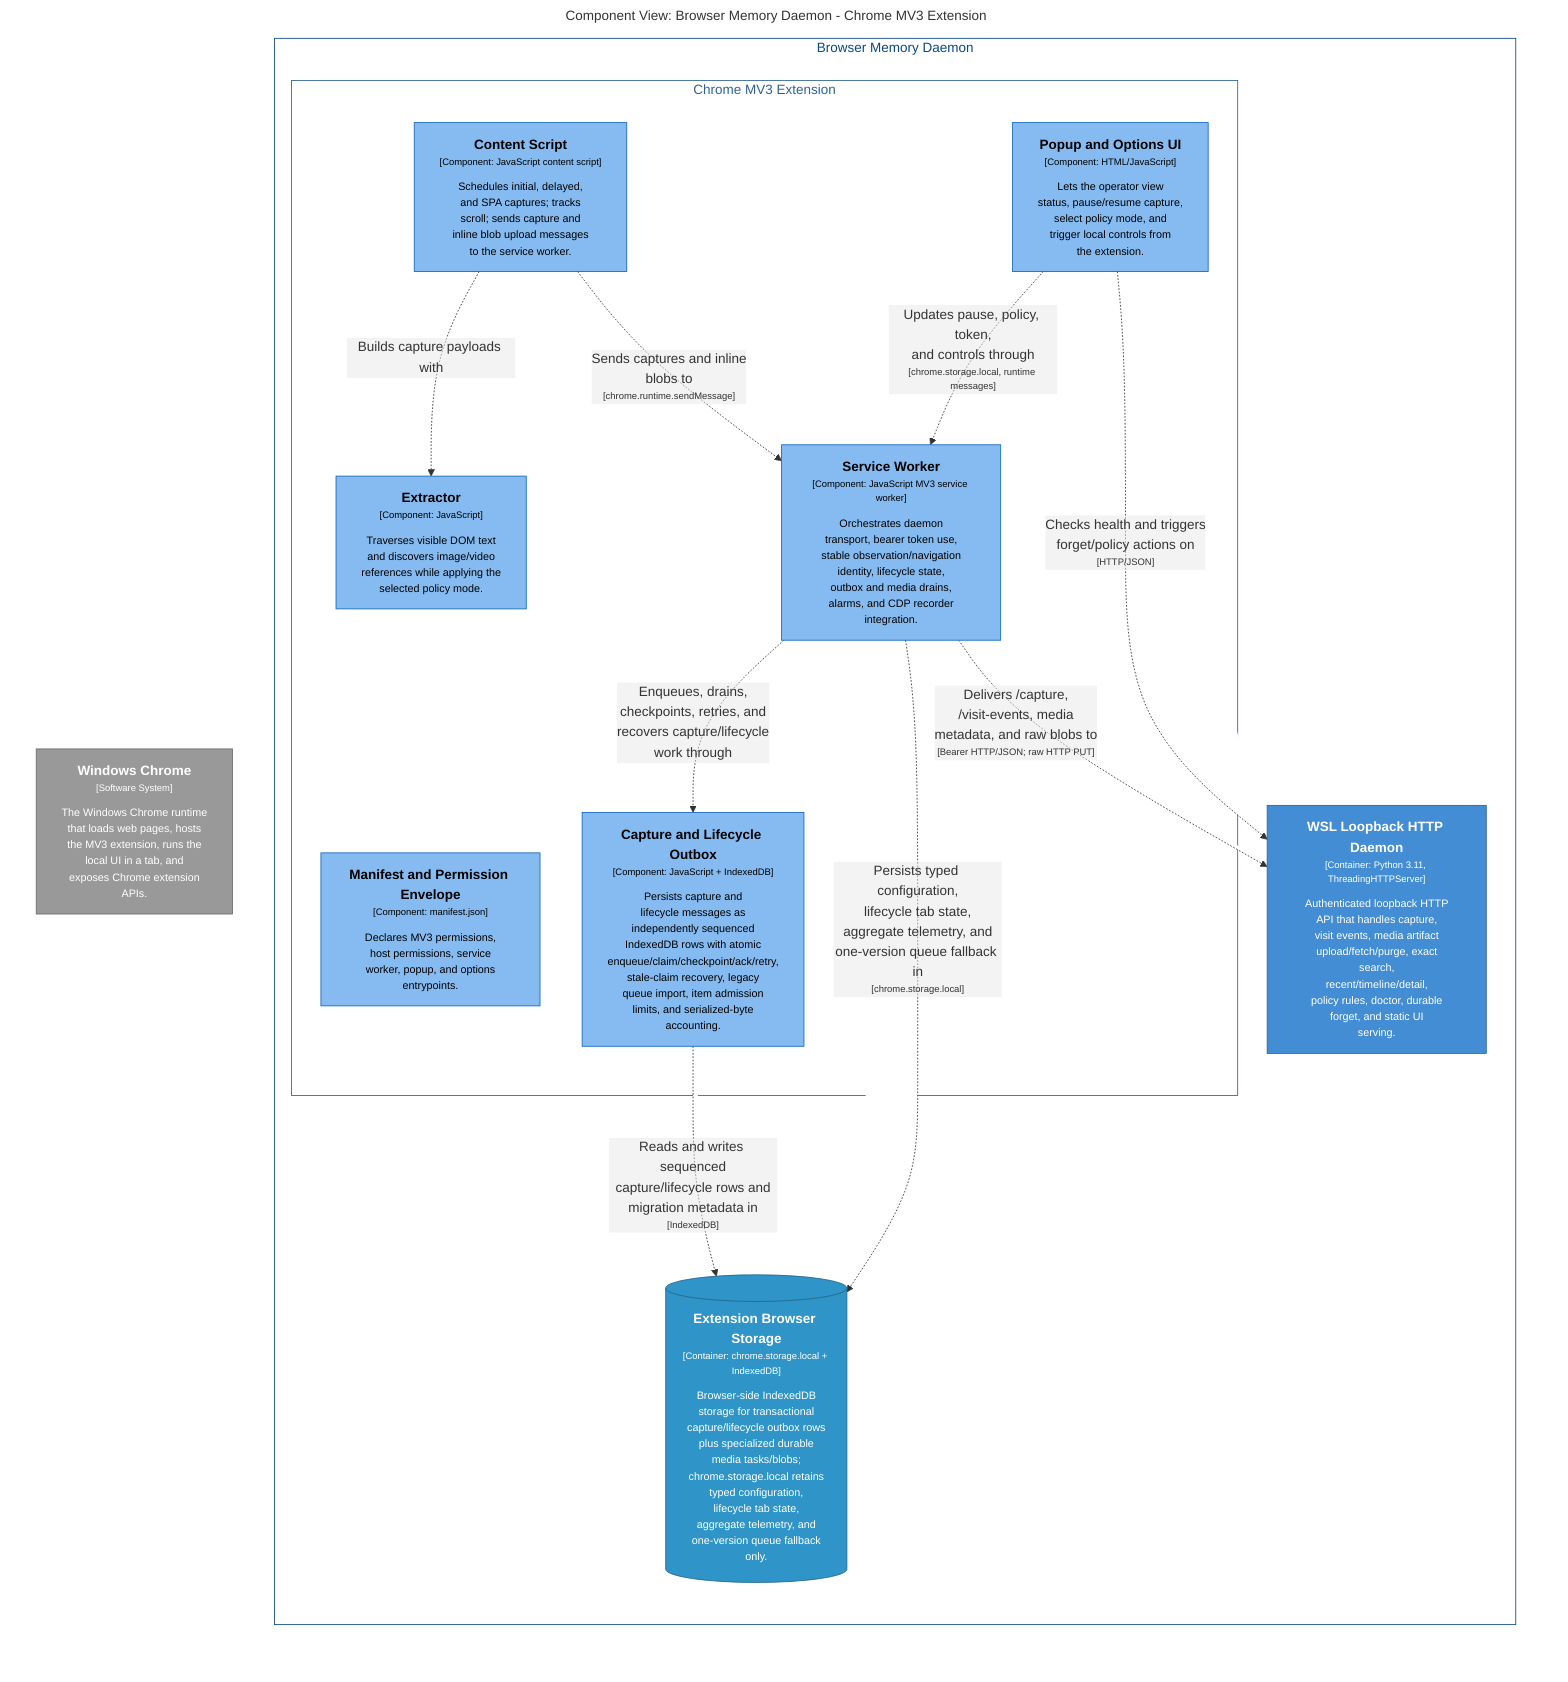
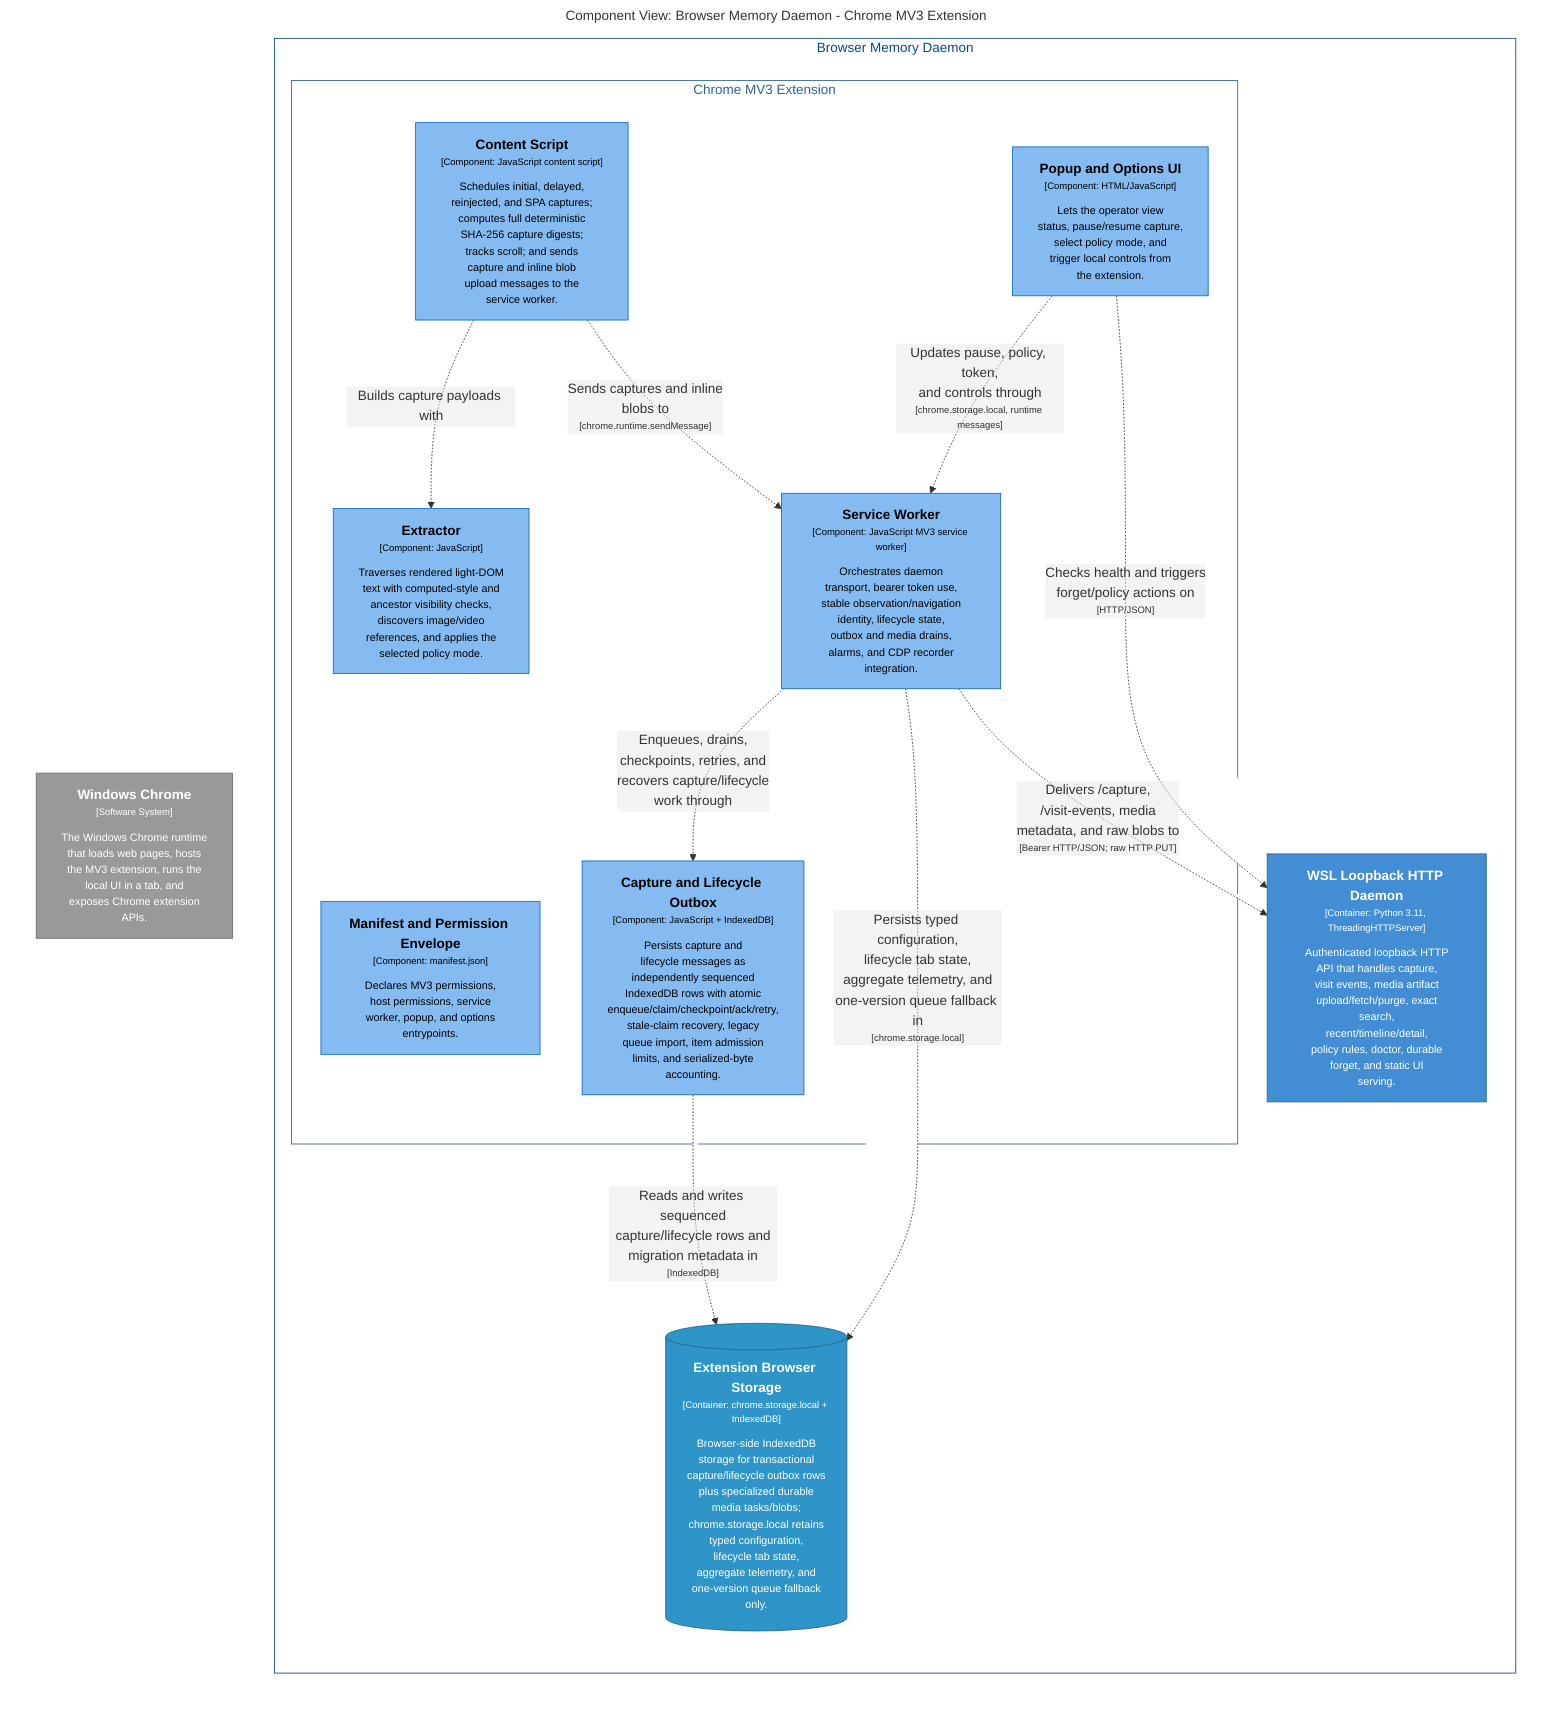
graph LR
  linkStyle default fill:#ffffff

  subgraph diagram ["Component View: Browser Memory Daemon - Chrome MV3 Extension"]
    style diagram fill:#ffffff,stroke:#ffffff

    2["<div style='font-weight: bold'>Windows Chrome</div><div style='font-size: 70%; margin-top: 0px'>[Software System]</div><div style='font-size: 80%; margin-top:10px'>The Windows Chrome runtime<br />that loads web pages, hosts<br />the MV3 extension, runs the<br />local UI in a tab, and<br />exposes Chrome extension<br />APIs.</div>"]
    style 2 fill:#999999,stroke:#6b6b6b,color:#ffffff

    subgraph 4 ["Browser Memory Daemon"]
      style 4 fill:#ffffff,stroke:#0b4884,color:#0b4884

      subgraph 5 ["Chrome MV3 Extension"]
        style 5 fill:#ffffff,stroke:#2e6295,color:#2e6295

        10["<div style='font-weight: bold'>Capture and Lifecycle Outbox</div><div style='font-size: 70%; margin-top: 0px'>[Component: JavaScript + IndexedDB]</div><div style='font-size: 80%; margin-top:10px'>Persists capture and<br />lifecycle messages as<br />independently sequenced<br />IndexedDB rows with atomic<br />enqueue/claim/checkpoint/ack/retry,<br />stale-claim recovery, legacy<br />queue import, item admission<br />limits, and serialized-byte<br />accounting.</div>"]
        style 10 fill:#85bbf0,stroke:#1168bd,color:#000000
        13["<div style='font-weight: bold'>Popup and Options UI</div><div style='font-size: 70%; margin-top: 0px'>[Component: HTML/JavaScript]</div><div style='font-size: 80%; margin-top:10px'>Lets the operator view<br />status, pause/resume capture,<br />select policy mode, and<br />trigger local controls from<br />the extension.</div>"]
        style 13 fill:#85bbf0,stroke:#1168bd,color:#000000
        6["<div style='font-weight: bold'>Manifest and Permission Envelope</div><div style='font-size: 70%; margin-top: 0px'>[Component: manifest.json]</div><div style='font-size: 80%; margin-top:10px'>Declares MV3 permissions,<br />host permissions, service<br />worker, popup, and options<br />entrypoints.</div>"]
        style 6 fill:#85bbf0,stroke:#1168bd,color:#000000
-         7["<div style='font-weight: bold'>Extractor</div><div style='font-size: 70%; margin-top: 0px'>[Component: JavaScript]</div><div style='font-size: 80%; margin-top:10px'>Traverses visible DOM text<br />and discovers image/video<br />references while applying the<br />selected policy mode.</div>"]
+         7["<div style='font-weight: bold'>Extractor</div><div style='font-size: 70%; margin-top: 0px'>[Component: JavaScript]</div><div style='font-size: 80%; margin-top:10px'>Traverses rendered light-DOM<br />text with computed-style and<br />ancestor visibility checks,<br />discovers image/video<br />references, and applies the<br />selected policy mode.</div>"]
        style 7 fill:#85bbf0,stroke:#1168bd,color:#000000
-         8["<div style='font-weight: bold'>Content Script</div><div style='font-size: 70%; margin-top: 0px'>[Component: JavaScript content script]</div><div style='font-size: 80%; margin-top:10px'>Schedules initial, delayed,<br />and SPA captures; tracks<br />scroll; sends capture and<br />inline blob upload messages<br />to the service worker.</div>"]
+         8["<div style='font-weight: bold'>Content Script</div><div style='font-size: 70%; margin-top: 0px'>[Component: JavaScript content script]</div><div style='font-size: 80%; margin-top:10px'>Schedules initial, delayed,<br />reinjected, and SPA captures;<br />computes full deterministic<br />SHA-256 capture digests;<br />tracks scroll; and sends<br />capture and inline blob<br />upload messages to the<br />service worker.</div>"]
        style 8 fill:#85bbf0,stroke:#1168bd,color:#000000
        9["<div style='font-weight: bold'>Service Worker</div><div style='font-size: 70%; margin-top: 0px'>[Component: JavaScript MV3 service worker]</div><div style='font-size: 80%; margin-top:10px'>Orchestrates daemon<br />transport, bearer token use,<br />stable observation/navigation<br />identity, lifecycle state,<br />outbox and media drains,<br />alarms, and CDP recorder<br />integration.</div>"]
        style 9 fill:#85bbf0,stroke:#1168bd,color:#000000
      end

      14[("<div style='font-weight: bold'>Extension Browser Storage</div><div style='font-size: 70%; margin-top: 0px'>[Container: chrome.storage.local + IndexedDB]</div><div style='font-size: 80%; margin-top:10px'>Browser-side IndexedDB<br />storage for transactional<br />capture/lifecycle outbox rows<br />plus specialized durable<br />media tasks/blobs;<br />chrome.storage.local retains<br />typed configuration,<br />lifecycle tab state,<br />aggregate telemetry, and<br />one-version queue fallback<br />only.</div>")]
      style 14 fill:#2f95c8,stroke:#20688c,color:#ffffff
      15["<div style='font-weight: bold'>WSL Loopback HTTP Daemon</div><div style='font-size: 70%; margin-top: 0px'>[Container: Python 3.11, ThreadingHTTPServer]</div><div style='font-size: 80%; margin-top:10px'>Authenticated loopback HTTP<br />API that handles capture,<br />visit events, media artifact<br />upload/fetch/purge, exact<br />search,<br />recent/timeline/detail,<br />policy rules, doctor, durable<br />forget, and static UI<br />serving.</div>"]
      style 15 fill:#438dd5,stroke:#2e6295,color:#ffffff
    end

    8-. "<div>Builds capture payloads with</div><div style='font-size: 70%'></div>" .->7
    8-. "<div>Sends captures and inline<br />blobs to</div><div style='font-size: 70%'>[chrome.runtime.sendMessage]</div>" .->9
    9-. "<div>Enqueues, drains,<br />checkpoints, retries, and<br />recovers capture/lifecycle<br />work through</div><div style='font-size: 70%'></div>" .->10
    10-. "<div>Reads and writes sequenced<br />capture/lifecycle rows and<br />migration metadata in</div><div style='font-size: 70%'>[IndexedDB]</div>" .->14
    9-. "<div>Persists typed configuration,<br />lifecycle tab state,<br />aggregate telemetry, and<br />one-version queue fallback in</div><div style='font-size: 70%'>[chrome.storage.local]</div>" .->14
    9-. "<div>Delivers /capture,<br />/visit-events, media<br />metadata, and raw blobs to</div><div style='font-size: 70%'>[Bearer HTTP/JSON; raw HTTP PUT]</div>" .->15
    13-. "<div>Updates pause, policy, token,<br />and controls through</div><div style='font-size: 70%'>[chrome.storage.local, runtime messages]</div>" .->9
    13-. "<div>Checks health and triggers<br />forget/policy actions on</div><div style='font-size: 70%'>[HTTP/JSON]</div>" .->15

  end